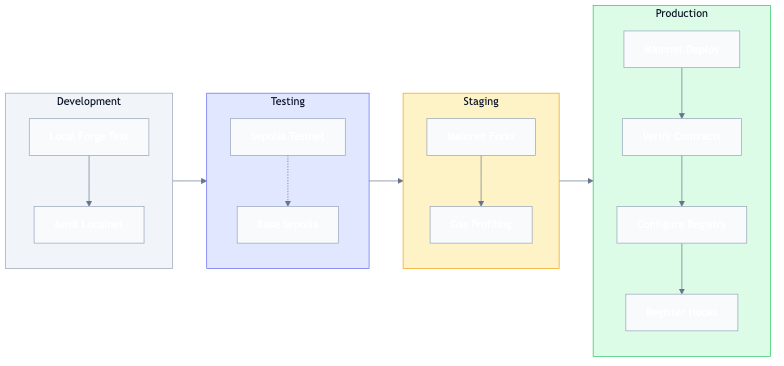
Earlier version of the Mermaid export docs/diagrams/deployment.png (guglxni/the-fixer-hook). Its source is kept beside it as docs/diagrams/deployment.mmd.
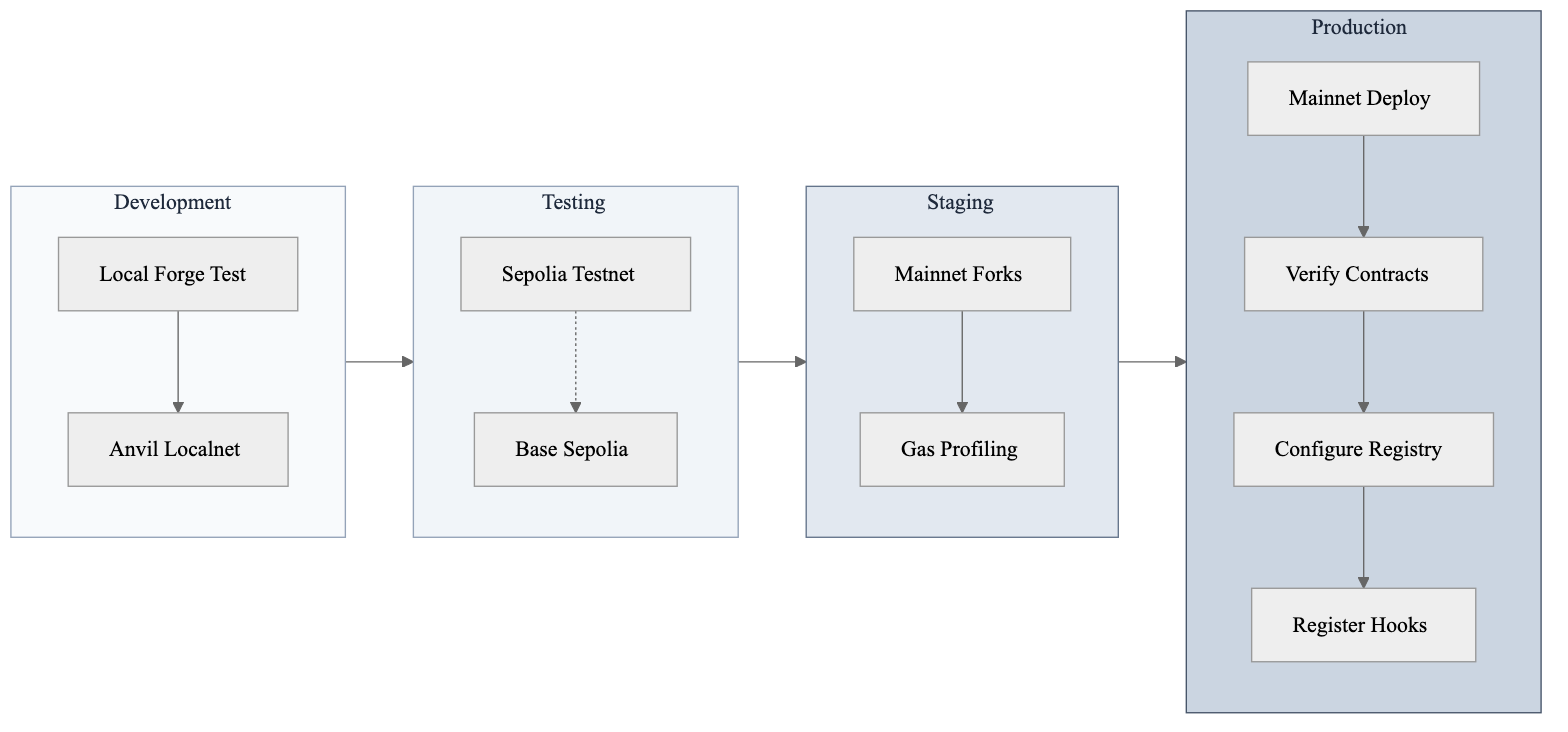
Above is the later version.

What changed in the source:
```diff
@@ -1,4 +1,4 @@
-%%{init: {'theme': 'base', 'themeVariables': { 'primaryColor': '#1e40af', 'primaryTextColor': '#ffffff', 'primaryBorderColor': '#1e40af', 'lineColor': '#64748b', 'secondaryColor': '#e2e8f0', 'tertiaryColor': '#cbd5e1', 'background': '#ffffff', 'mainBkg': '#f8fafc', 'nodeBorder': '#94a3b8', 'clusterBkg': '#f1f5f9', 'clusterBorder': '#cbd5e1', 'titleColor': '#0f172a', 'edgeLabelBackground': '#ffffff'}}}%%
+%%{init: {'theme': 'neutral', 'themeVariables': {'fontFamily': 'Inter, system-ui, sans-serif'}}}%%
 flowchart LR
     subgraph DEV["Development"]
         D1["Local Forge Test"]
@@ -33,7 +33,7 @@
     P2 --> P3
     P3 --> P4
 
-    style DEV fill:#f1f5f9,stroke:#94a3b8
-    style TEST fill:#e0e7ff,stroke:#6366f1
-    style STAGING fill:#fef3c7,stroke:#f59e0b
-    style PROD fill:#dcfce7,stroke:#22c55e
+    style DEV fill:#f8fafc,stroke:#94a3b8,color:#1e293b
+    style TEST fill:#f1f5f9,stroke:#94a3b8,color:#1e293b
+    style STAGING fill:#e2e8f0,stroke:#64748b,color:#1e293b
+    style PROD fill:#cbd5e1,stroke:#475569,color:#1e293b
```
